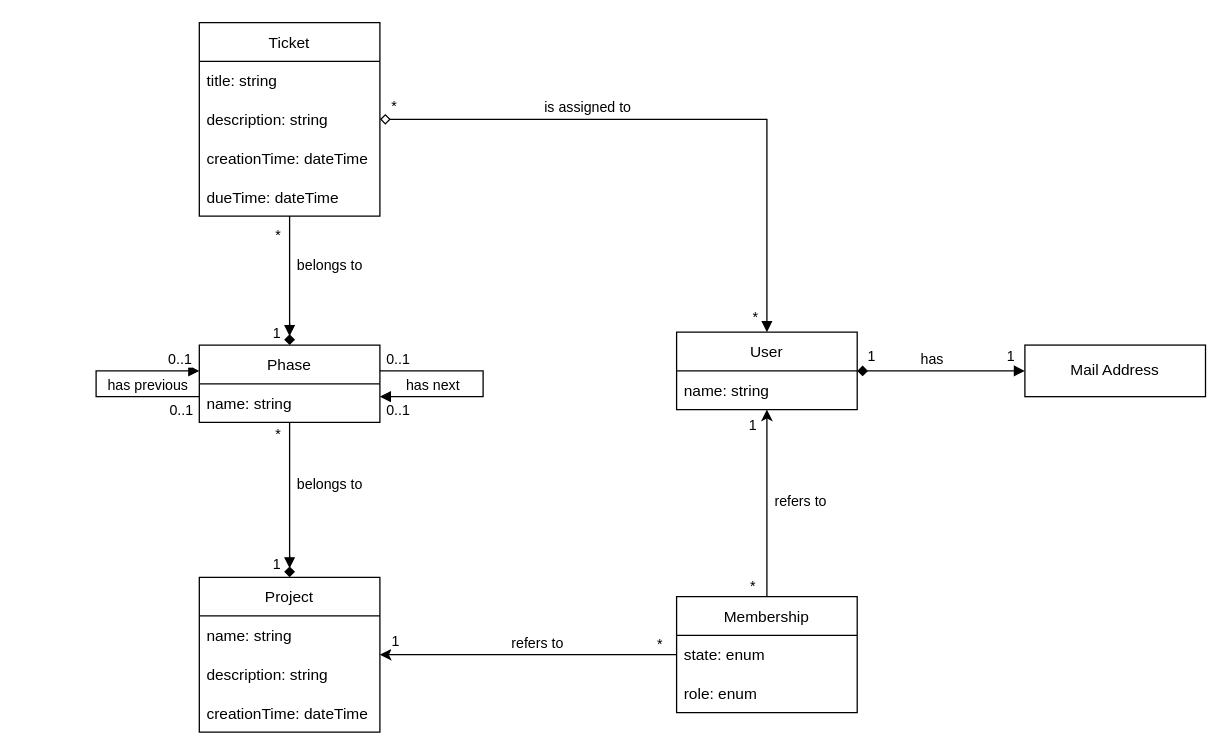
The draw.io diagram doc/logical_data_model/logical_data_model.drawio in dkettner/ticketing-system, before the edit. Source tidied: cells renumbered, new cells numbered last; positions are measured from the earlier drawing's top-left corner, leaving out a move shared by most shapes. Both pictures are drawn from the tidied source at 129%, with x=0, y=0 at pixel (95, 22).
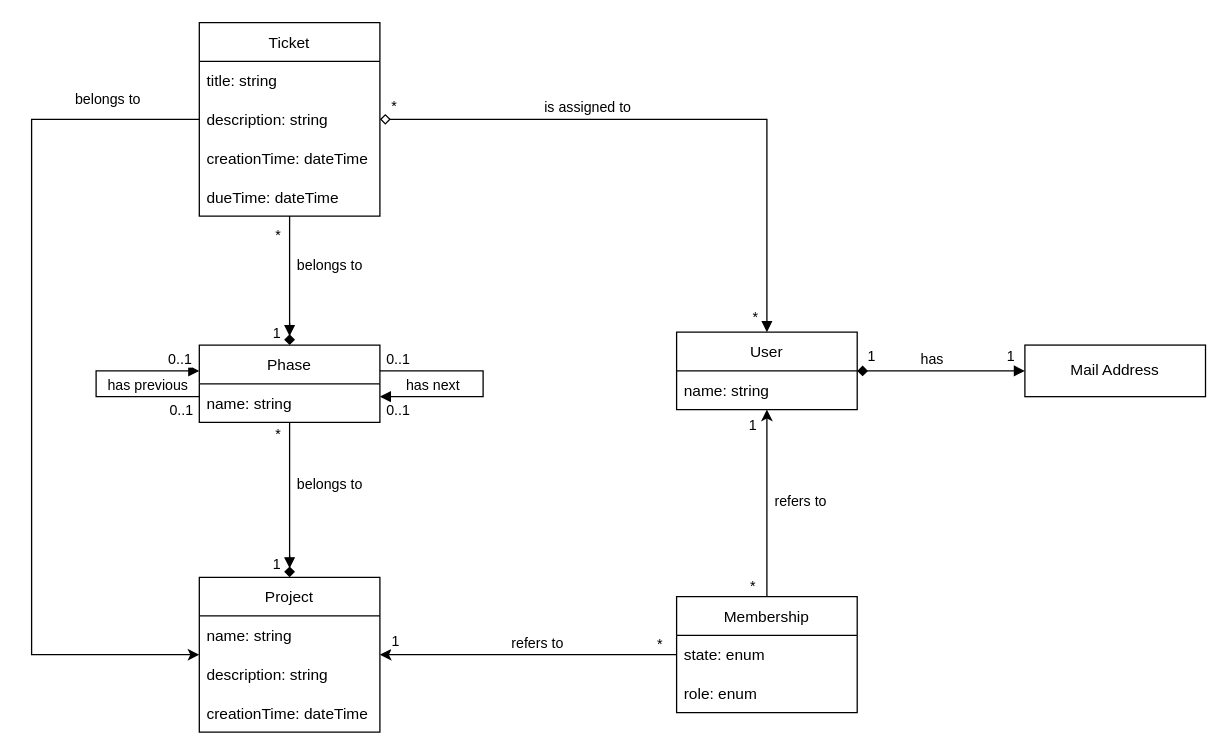
The same diagram, later.

Commit message (it also covers changes not shown here):
doc(b-ticket): add relation between Ticket and Project to logical data model

The change refers to these unchanged cells:
```xml
<mxCell id="8" value="Project" style="swimlane;fontStyle=0;horizontal=1;startSize=30;" parent="1" vertex="1">
  <mxGeometry x="80" y="430" width="140" height="120" as="geometry" />
</mxCell>
<mxCell id="20" value="Ticket" style="swimlane;fontStyle=0;horizontal=1;startSize=30;" parent="1" vertex="1">
  <mxGeometry x="80" width="140" height="150" as="geometry" />
</mxCell>
```

Change to the diagram source:
```diff
@@
+    <mxCell id="53" value="belongs to" style="edgeStyle=orthogonalEdgeStyle;rounded=0;jettySize=auto;html=1;" parent="1" edge="1" source="20" target="8">
+      <mxGeometry x="-0.79" y="-15" relative="1" as="geometry">
+        <Array as="points">
+          <mxPoint x="-50" y="75" />
+          <mxPoint x="-50" y="490" />
+        </Array>
+      </mxGeometry>
+    </mxCell>
```
